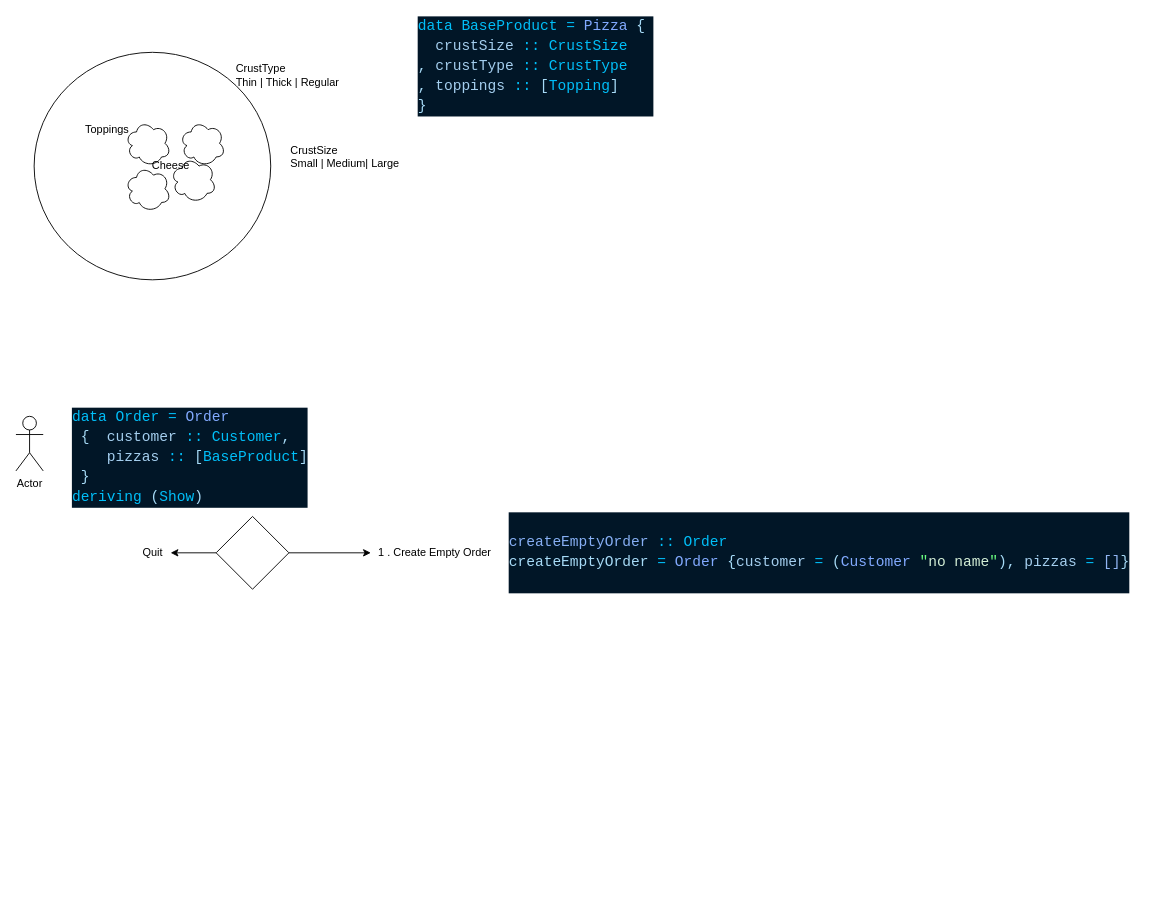
The draw.io diagram Pizza.drawio in hoosainmadhi/Pizza, before the edit. Source tidied: cells renumbered, new cells numbered last; positions are measured from the earlier drawing's top-left corner, leaving out a move shared by most shapes. Both pictures are drawn from the tidied source at 91%, with x=0, y=0 at pixel (15, 15).
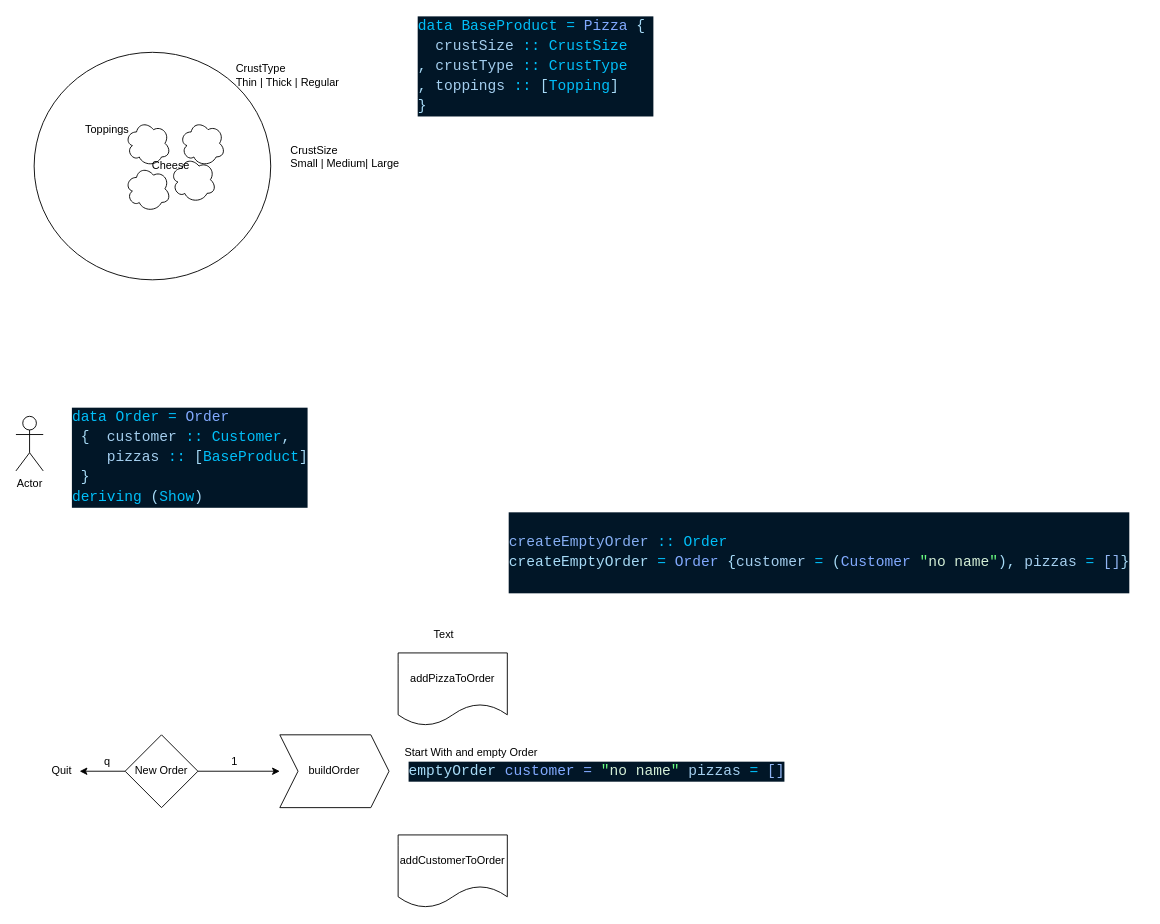
After the change.

Commit message (it also covers changes not shown here):
add different Pizza / addPizzaToOrder Function

Change to the diagram source:
```diff
@@
-    <mxCell id="14" style="edgeStyle=none;html=1;" parent="1" edge="1" source="16">
+    <mxCell id="14" style="edgeStyle=none;html=1;" parent="1" edge="1">
       <mxGeometry relative="1" as="geometry">
-        <mxPoint x="390" y="590" as="targetPoint" />
+        <mxPoint x="200" y="830" as="sourcePoint" />
+        <mxPoint x="290" y="830" as="targetPoint" />
       </mxGeometry>
     </mxCell>
-    <mxCell id="15" style="edgeStyle=none;html=1;exitX=0;exitY=0.5;exitDx=0;exitDy=0;" parent="1" edge="1" source="16">
+    <mxCell id="15" style="edgeStyle=none;html=1;exitX=0;exitY=0.5;exitDx=0;exitDy=0;" parent="1" edge="1">
       <mxGeometry relative="1" as="geometry">
-        <mxPoint x="170" y="590" as="targetPoint" />
+        <mxPoint x="120" y="830" as="sourcePoint" />
+        <mxPoint x="70" y="830" as="targetPoint" />
       </mxGeometry>
     </mxCell>
-    <mxCell id="16" style="rhombus;whiteSpace=wrap;html=1;" parent="1" vertex="1">
-      <mxGeometry x="220" y="550" width="80" height="80" as="geometry" />
-    </mxCell>
-    <mxCell id="17" value="1 . Create Empty Order&lt;br&gt;" style="text;html=1;align=center;verticalAlign=middle;strokeColor=none;" parent="1" vertex="1">
-      <mxGeometry x="390" y="580" width="140" height="20" as="geometry" />
-    </mxCell>
     <mxCell id="18" value="Quit" style="text;html=1;align=center;verticalAlign=middle;strokeColor=none;" parent="1" vertex="1">
-      <mxGeometry x="130" y="580" width="40" height="20" as="geometry" />
+      <mxGeometry x="30" y="820" width="40" height="20" as="geometry" />
     </mxCell>
@@
+    <mxCell id="20" value="New Order" style="rhombus;whiteSpace=wrap;html=1;" parent="1" vertex="1">
+      <mxGeometry x="120" y="790" width="80" height="80" as="geometry" />
+    </mxCell>
+    <mxCell id="21" value="q" style="text;html=1;align=center;verticalAlign=middle;strokeColor=none;" parent="1" vertex="1">
+      <mxGeometry x="90" y="810" width="20" height="20" as="geometry" />
+    </mxCell>
+    <mxCell id="22" value="1" style="text;html=1;align=center;verticalAlign=middle;strokeColor=none;" parent="1" vertex="1">
+      <mxGeometry x="230" y="810" width="20" height="20" as="geometry" />
+    </mxCell>
+    <mxCell id="23" value="buildOrder" style="shape=step;perimeter=stepPerimeter;whiteSpace=wrap;html=1;fixedSize=1;" parent="1" vertex="1">
+      <mxGeometry x="290" y="790" width="120" height="80" as="geometry" />
+    </mxCell>
+    <mxCell id="24" value="addPizzaToOrder" style="shape=document;whiteSpace=wrap;html=1;boundedLbl=1;" parent="1" vertex="1">
+      <mxGeometry x="420" y="700" width="120" height="80" as="geometry" />
+    </mxCell>
+    <mxCell id="25" value="addCustomerToOrder" style="shape=document;whiteSpace=wrap;html=1;boundedLbl=1;" parent="1" vertex="1">
+      <mxGeometry x="420" y="900" width="120" height="80" as="geometry" />
+    </mxCell>
+    <mxCell id="26" value="&lt;div style=&quot;background-color: rgb(1 , 22 , 39) ; font-family: &amp;#34;jetbrains mono&amp;#34; , &amp;#34;droid sans mono&amp;#34; , monospace , monospace , &amp;#34;droid sans fallback&amp;#34; ; font-size: 16px ; line-height: 22px ; color: rgb(167 , 219 , 247)&quot;&gt;&lt;div&gt;emptyOrder&amp;nbsp;&lt;span style=&quot;color: #82aaff&quot;&gt;customer =&lt;/span&gt;&amp;nbsp;&lt;span style=&quot;color: #6bff81&quot;&gt;&quot;&lt;/span&gt;&lt;span style=&quot;color: #d3eed6&quot;&gt;no name&lt;/span&gt;&lt;span style=&quot;color: #6bff81&quot;&gt;&quot;&lt;/span&gt;&amp;nbsp;&lt;span style=&quot;color: #a4ceee&quot;&gt;pizzas&lt;/span&gt; &lt;span style=&quot;color: #00bff9&quot;&gt;=&lt;/span&gt; &lt;span style=&quot;color: #92b6f4&quot;&gt;[]&lt;/span&gt;&lt;/div&gt;&lt;/div&gt;" style="text;html=1;align=left;verticalAlign=middle;strokeColor=none;" parent="1" vertex="1">
+      <mxGeometry x="430" y="815" width="430" height="30" as="geometry" />
+    </mxCell>
+    <mxCell id="27" value="Start With and empty Order" style="text;html=1;align=center;verticalAlign=middle;strokeColor=none;" parent="1" vertex="1">
+      <mxGeometry x="420" y="800" width="160" height="20" as="geometry" />
+    </mxCell>
+    <mxCell id="28" value="Text" style="text;html=1;align=center;verticalAlign=middle;strokeColor=none;" parent="1" vertex="1">
+      <mxGeometry x="450" y="670" width="40" height="20" as="geometry" />
+    </mxCell>
```
